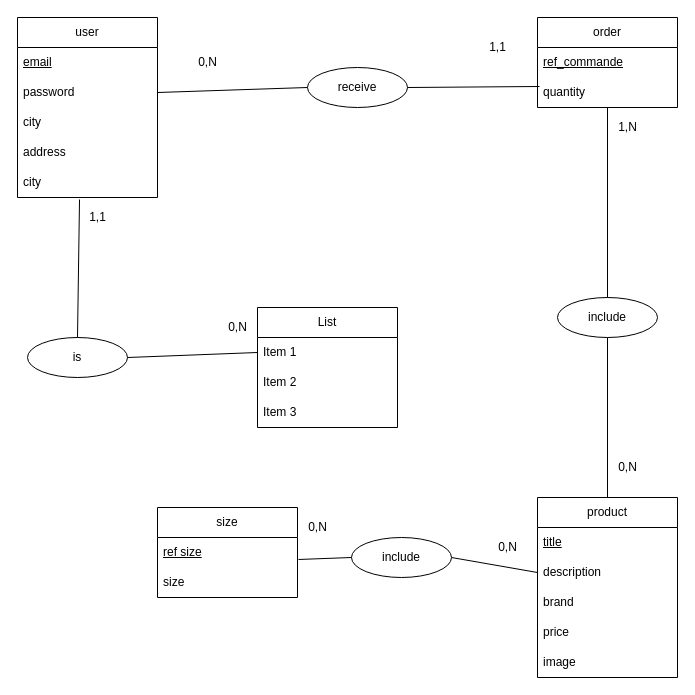
Before: MCD/V1/MCD.drawio in GAUTIERSebastien/MySneaker_back, a draw.io diagram. Source tidied: cells renumbered, new cells numbered last; positions are measured from the earlier drawing's top-left corner, leaving out a move shared by most shapes. Both pictures are drawn from the tidied source at 100%, with x=0, y=0 at pixel (17, 17).
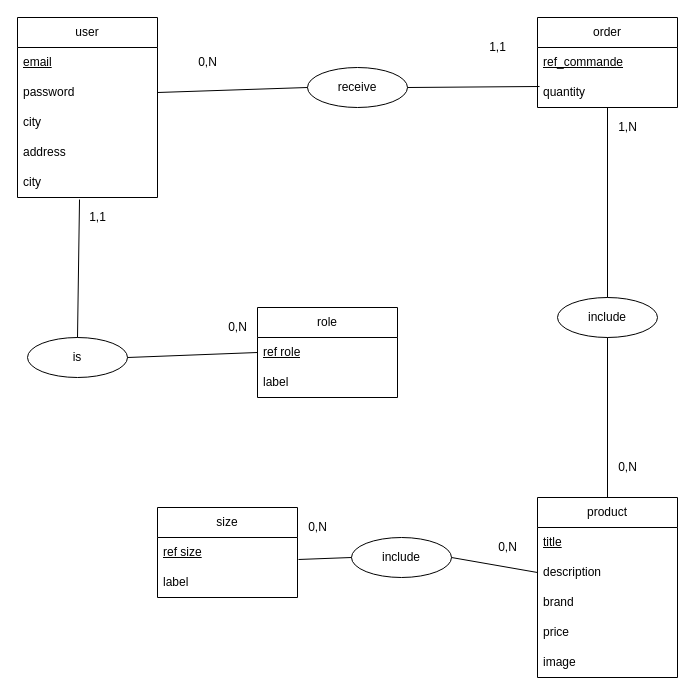
Above is the later version.

The change refers to these unchanged cells:
```xml
<mxCell id="17" value="size&lt;br&gt;" style="swimlane;fontStyle=0;horizontal=1;startSize=30;whiteSpace=wrap;html=1;" parent="1" vertex="1">
  <mxGeometry x="140" y="490" width="140" height="90" as="geometry" />
</mxCell>
<mxCell id="27" value="is" style="ellipse;whiteSpace=wrap;html=1;align=center;newEdgeStyle={&quot;edgeStyle&quot;:&quot;entityRelationEdgeStyle&quot;,&quot;startArrow&quot;:&quot;none&quot;,&quot;endArrow&quot;:&quot;none&quot;,&quot;segment&quot;:10,&quot;curved&quot;:1,&quot;sourcePerimeterSpacing&quot;:0,&quot;targetPerimeterSpacing&quot;:0};" parent="1" vertex="1">
  <mxGeometry x="10" y="320" width="100" height="40" as="geometry" />
</mxCell>
```

Change to the diagram source:
```diff
@@
-    <mxCell id="19" value="size" style="text;strokeColor=none;fillColor=none;align=left;verticalAlign=middle;spacingLeft=4;spacingRight=4;overflow=hidden;whiteSpace=wrap;html=1;" parent="17" vertex="1">
+    <mxCell id="19" value="label" style="text;strokeColor=none;fillColor=none;align=left;verticalAlign=middle;spacingLeft=4;spacingRight=4;overflow=hidden;whiteSpace=wrap;html=1;" parent="17" vertex="1">
       <mxGeometry y="60" width="140" height="30" as="geometry" />
     </mxCell>
-    <mxCell id="20" value="List" style="swimlane;fontStyle=0;horizontal=1;startSize=30;whiteSpace=wrap;html=1;" parent="1" vertex="1">
-      <mxGeometry x="240" y="290" width="140" height="120" as="geometry" />
+    <mxCell id="20" value="role" style="swimlane;fontStyle=0;horizontal=1;startSize=30;whiteSpace=wrap;html=1;" parent="1" vertex="1">
+      <mxGeometry x="240" y="290" width="140" height="90" as="geometry" />
     </mxCell>
-    <mxCell id="21" value="Item 1" style="text;strokeColor=none;fillColor=none;align=left;verticalAlign=middle;spacingLeft=4;spacingRight=4;overflow=hidden;points=[[0,0.5],[1,0.5]];portConstraint=eastwest;whiteSpace=wrap;html=1;" parent="20" vertex="1">
-      <mxGeometry y="30" width="140" height="30" as="geometry" />
-    </mxCell>
-    <mxCell id="22" value="Item 2" style="text;strokeColor=none;fillColor=none;align=left;verticalAlign=middle;spacingLeft=4;spacingRight=4;overflow=hidden;whiteSpace=wrap;html=1;" parent="20" vertex="1">
-      <mxGeometry y="60" width="140" height="30" as="geometry" />
+    <mxCell id="22" value="&lt;u&gt;ref role&lt;/u&gt;" style="text;strokeColor=none;fillColor=none;align=left;verticalAlign=middle;spacingLeft=4;spacingRight=4;overflow=hidden;whiteSpace=wrap;html=1;" parent="20" vertex="1">
+      <mxGeometry y="30" width="140" height="30" as="geometry" />
     </mxCell>
-    <mxCell id="23" value="Item 3" style="text;strokeColor=none;fillColor=none;align=left;verticalAlign=middle;spacingLeft=4;spacingRight=4;overflow=hidden;whiteSpace=wrap;html=1;" parent="20" vertex="1">
-      <mxGeometry y="90" width="140" height="30" as="geometry" />
+    <mxCell id="23" value="label" style="text;strokeColor=none;fillColor=none;align=left;verticalAlign=middle;spacingLeft=4;spacingRight=4;overflow=hidden;whiteSpace=wrap;html=1;" parent="20" vertex="1">
+      <mxGeometry y="60" width="140" height="30" as="geometry" />
     </mxCell>
@@
-    <mxCell id="35" style="endArrow=none;html=1;exitX=1;exitY=0.5;exitDx=0;exitDy=0;entryX=0;entryY=0.5;entryDx=0;entryDy=0;" parent="1" edge="1" source="27" target="21">
-      <mxGeometry relative="1" as="geometry" />
+    <mxCell id="35" style="endArrow=none;html=1;exitX=1;exitY=0.5;exitDx=0;exitDy=0;entryX=0;entryY=0.5;entryDx=0;entryDy=0;" parent="1" edge="1" source="27">
+      <mxGeometry relative="1" as="geometry">
+        <mxPoint x="240" y="335" as="targetPoint" />
+      </mxGeometry>
     </mxCell>
```
